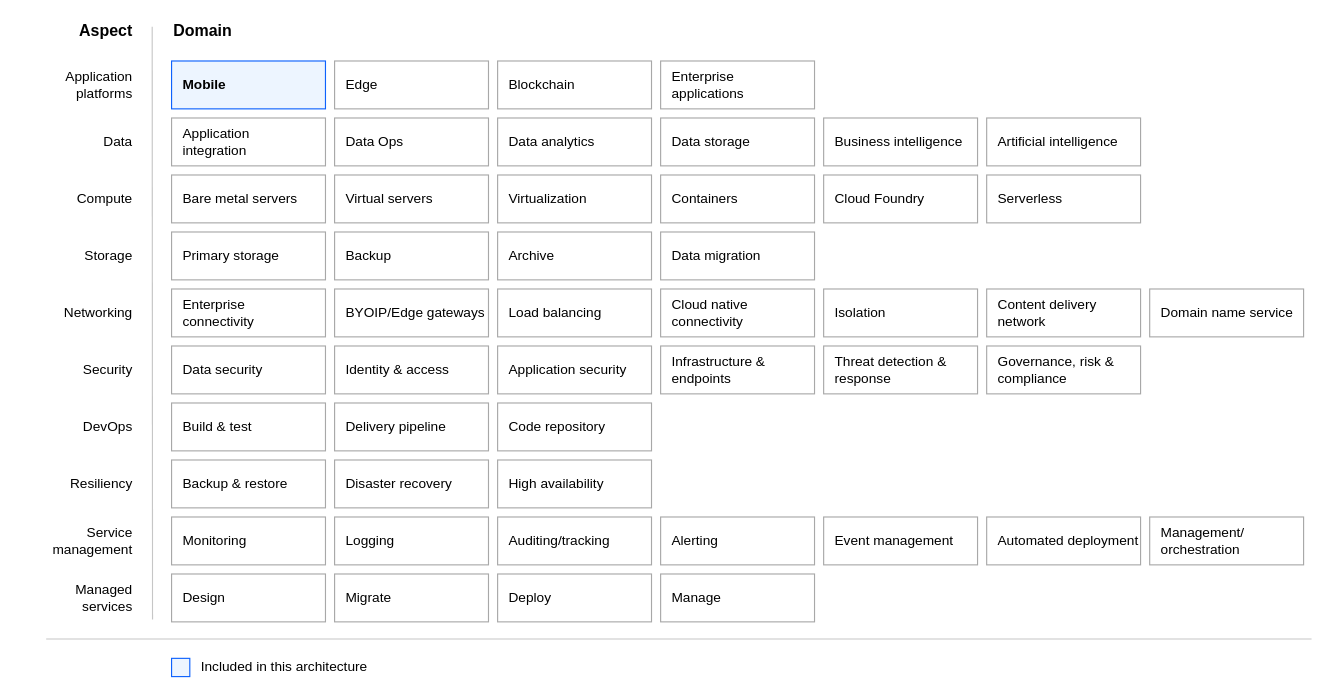
Above: templates/heat-map-template.drawio in ibm-cloud-docs/architecture-framework (draw.io), before the change. Source tidied: cells renumbered, new cells numbered last; positions are measured from the earlier drawing's top-left corner, leaving out a move shared by most shapes. Both pictures are drawn from the tidied source at 114%, with x=0, y=0 at pixel (19, 19).
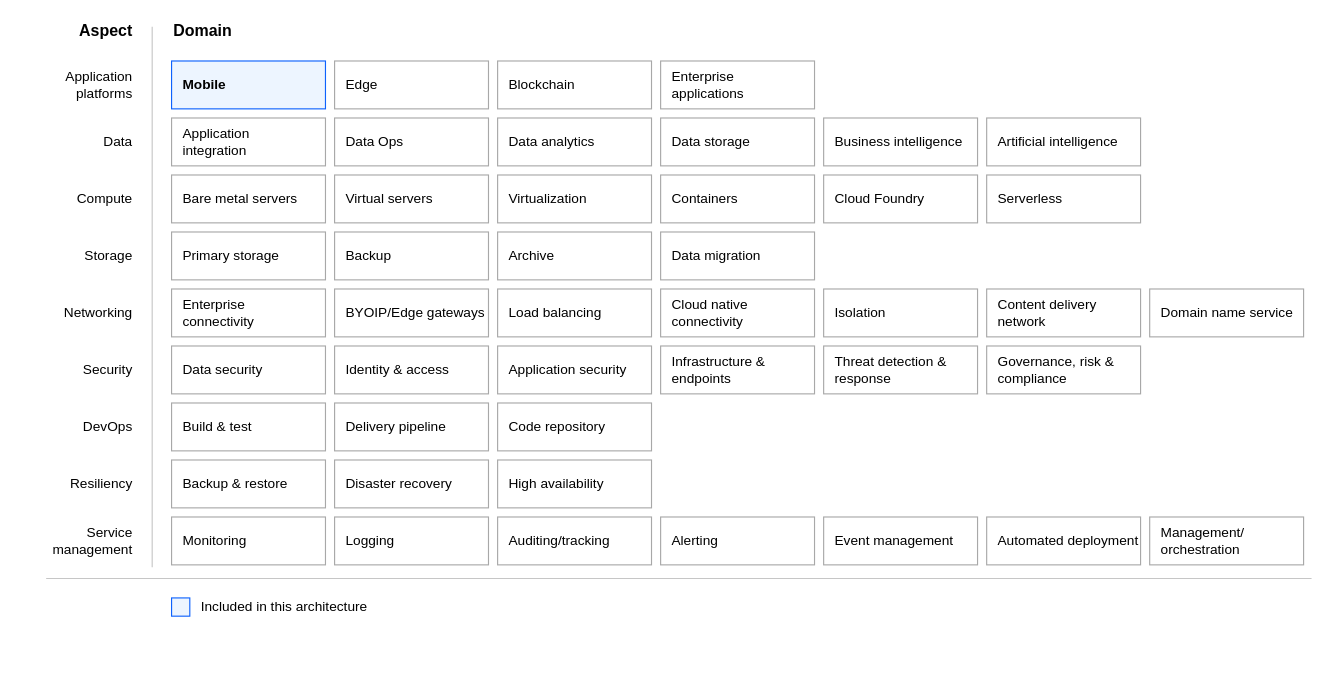
The same page after the edit.

The edit, as a diff of the source:
```diff
@@
-    <mxCell id="11" value="Design" style="rounded=0;whiteSpace=wrap;html=1;strokeColor=#A8A8A8;align=left;spacingLeft=8;fontFamily=IBM Plex Sans;" parent="1" vertex="1">
-      <mxGeometry x="133" y="486" width="135" height="42" as="geometry" />
-    </mxCell>
@@
-    <mxCell id="48" value="Migrate" style="rounded=0;whiteSpace=wrap;html=1;strokeColor=#A8A8A8;align=left;spacingLeft=8;fontFamily=IBM Plex Sans;fillColor=default;fontStyle=0;" parent="1" vertex="1">
-      <mxGeometry x="276" y="486" width="135" height="42" as="geometry" />
-    </mxCell>
-    <mxCell id="49" value="Deploy" style="rounded=0;whiteSpace=wrap;html=1;strokeColor=#A8A8A8;align=left;spacingLeft=8;fontFamily=IBM Plex Sans;fillColor=default;fontStyle=0;" parent="1" vertex="1">
-      <mxGeometry x="419" y="486" width="135" height="42" as="geometry" />
-    </mxCell>
-    <mxCell id="50" value="Manage" style="rounded=0;whiteSpace=wrap;html=1;strokeColor=#A8A8A8;align=left;spacingLeft=8;fontFamily=IBM Plex Sans;fillColor=default;fontStyle=0;" parent="1" vertex="1">
-      <mxGeometry x="562" y="486" width="135" height="42" as="geometry" />
-    </mxCell>
     <mxCell id="51" style="endArrow=none;html=1;rounded=0;fontFamily=IBM Plex Sans;fontSize=12;fontColor=default;strokeColor=#C6C6C6;" parent="1" edge="1">
       <mxGeometry relative="1" as="geometry">
-        <mxPoint x="116.3" y="526" as="sourcePoint" />
+        <mxPoint x="116" y="480" as="sourcePoint" />
         <mxPoint x="116" y="6" as="targetPoint" />
       </mxGeometry>
     </mxCell>
@@
-    <mxCell id="63" value="Managed &lt;br&gt;services" style="text;strokeColor=none;fillColor=none;html=1;fontSize=12;fontStyle=0;verticalAlign=middle;align=right;rounded=0;fontFamily=IBM Plex Sans;fontColor=default;" parent="1" vertex="1">
-      <mxGeometry y="497" width="100" height="20" as="geometry" />
-    </mxCell>
     <mxCell id="64" style="endArrow=none;html=1;rounded=0;fontFamily=IBM Plex Sans;fontSize=12;fontColor=default;strokeColor=#C6C6C6;" parent="1" edge="1">
       <mxGeometry relative="1" as="geometry">
-        <mxPoint x="23" y="543" as="sourcePoint" />
-        <mxPoint x="1133" y="543" as="targetPoint" />
+        <mxPoint x="23" y="490" as="sourcePoint" />
+        <mxPoint x="1133" y="490" as="targetPoint" />
       </mxGeometry>
     </mxCell>
     <mxCell id="65" style="rounded=0;whiteSpace=wrap;html=1;strokeColor=#0E62FD;align=left;spacingLeft=8;fontFamily=IBM Plex Sans;fontStyle=1;fillColor=#EDF5FF;" parent="1" vertex="1">
-      <mxGeometry x="133" y="560" width="16" height="16" as="geometry" />
+      <mxGeometry x="133" y="507" width="16" height="16" as="geometry" />
     </mxCell>
     <mxCell id="66" value="Included in this architecture" style="text;strokeColor=none;fillColor=none;html=1;fontSize=12;fontStyle=0;verticalAlign=middle;align=left;rounded=0;fontFamily=IBM Plex Sans;fontColor=default;" parent="1" vertex="1">
-      <mxGeometry x="157" y="558" width="100" height="20" as="geometry" />
+      <mxGeometry x="157" y="505" width="100" height="20" as="geometry" />
     </mxCell>
```
